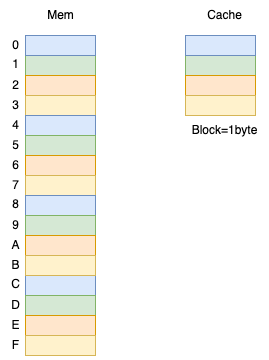
Before: cache1.png, a diagram exported from draw.io (zhaole0606/pic). Source tidied: cells renumbered, new cells last; positions are measured from the earlier drawing's top-left corner, leaving out a move shared by most shapes.
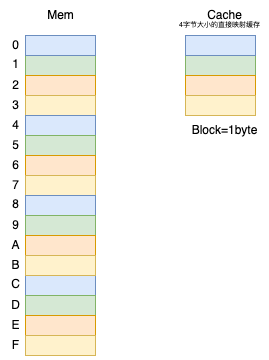
The same file after the commit.

Change to the diagram source:
```diff
@@ -119,5 +119,8 @@
     <mxCell id="40" value="Block=1byte" style="text;html=1;align=center;verticalAlign=middle;strokeColor=none;fillColor=none;" parent="1" vertex="1">
       <mxGeometry x="179" y="115" width="90" height="30" as="geometry" />
     </mxCell>
+    <mxCell id="41" value="4字节大小的直接映射缓存" style="text;html=1;align=center;verticalAlign=middle;strokeColor=none;fillColor=none;fontSize=7;" parent="1" vertex="1">
+      <mxGeometry x="169" y="15" width="100" height="20" as="geometry" />
+    </mxCell>
   </root>
 </mxGraphModel>
```
